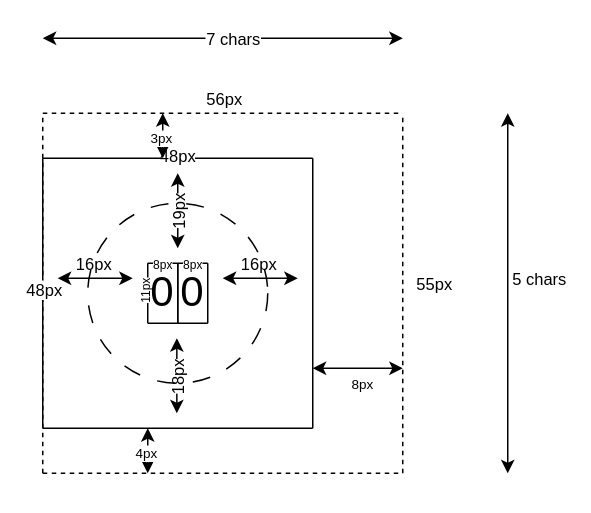
Before: project9/notes.drawio in pwbrown/nand2tetris, a draw.io diagram. Source tidied: cells renumbered, new cells numbered last; positions are measured from the earlier drawing's top-left corner, leaving out a move shared by most shapes. Both pictures are drawn from the tidied source at 150%, with x=0, y=0 at pixel (42, 38).
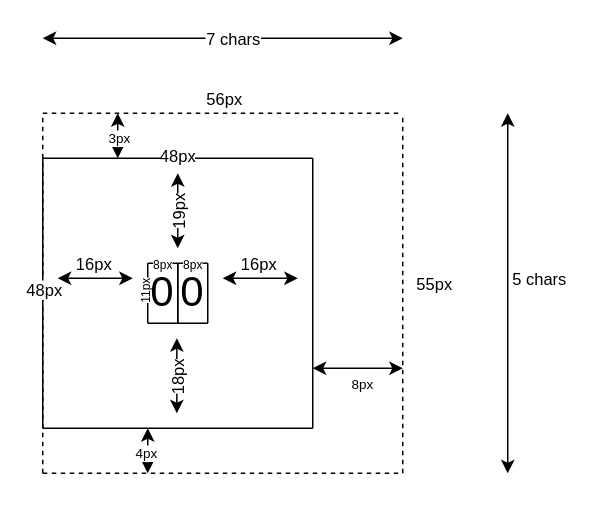
The same diagram, later.

Diff of the diagram source:
```diff
@@
     <mxCell id="37" style="endArrow=classic;startArrow=classic;html=1;rounded=0;" parent="1" edge="1">
       <mxGeometry relative="1" as="geometry">
-        <mxPoint x="80" y="80" as="sourcePoint" />
-        <mxPoint x="80" y="50" as="targetPoint" />
+        <mxPoint x="50" y="80" as="sourcePoint" />
+        <mxPoint x="50" y="50" as="targetPoint" />
       </mxGeometry>
     </mxCell>
     <mxCell id="38" value="3px" style="edgeLabel;html=1;align=center;verticalAlign=middle;fontSize=9;" parent="37" vertex="1">
-      <mxGeometry x="-0.07" y="2" relative="1" as="geometry" />
+      <mxGeometry x="-0.07" y="2" relative="1" as="geometry">
+        <mxPoint x="2" as="offset" />
+      </mxGeometry>
     </mxCell>
@@
-    <mxCell id="47" style="ellipse;whiteSpace=wrap;html=1;fillColor=none;dashed=1;dashPattern=12 12;" parent="1" vertex="1">
-      <mxGeometry x="30" y="110" width="120" height="120" as="geometry" />
-    </mxCell>
```
